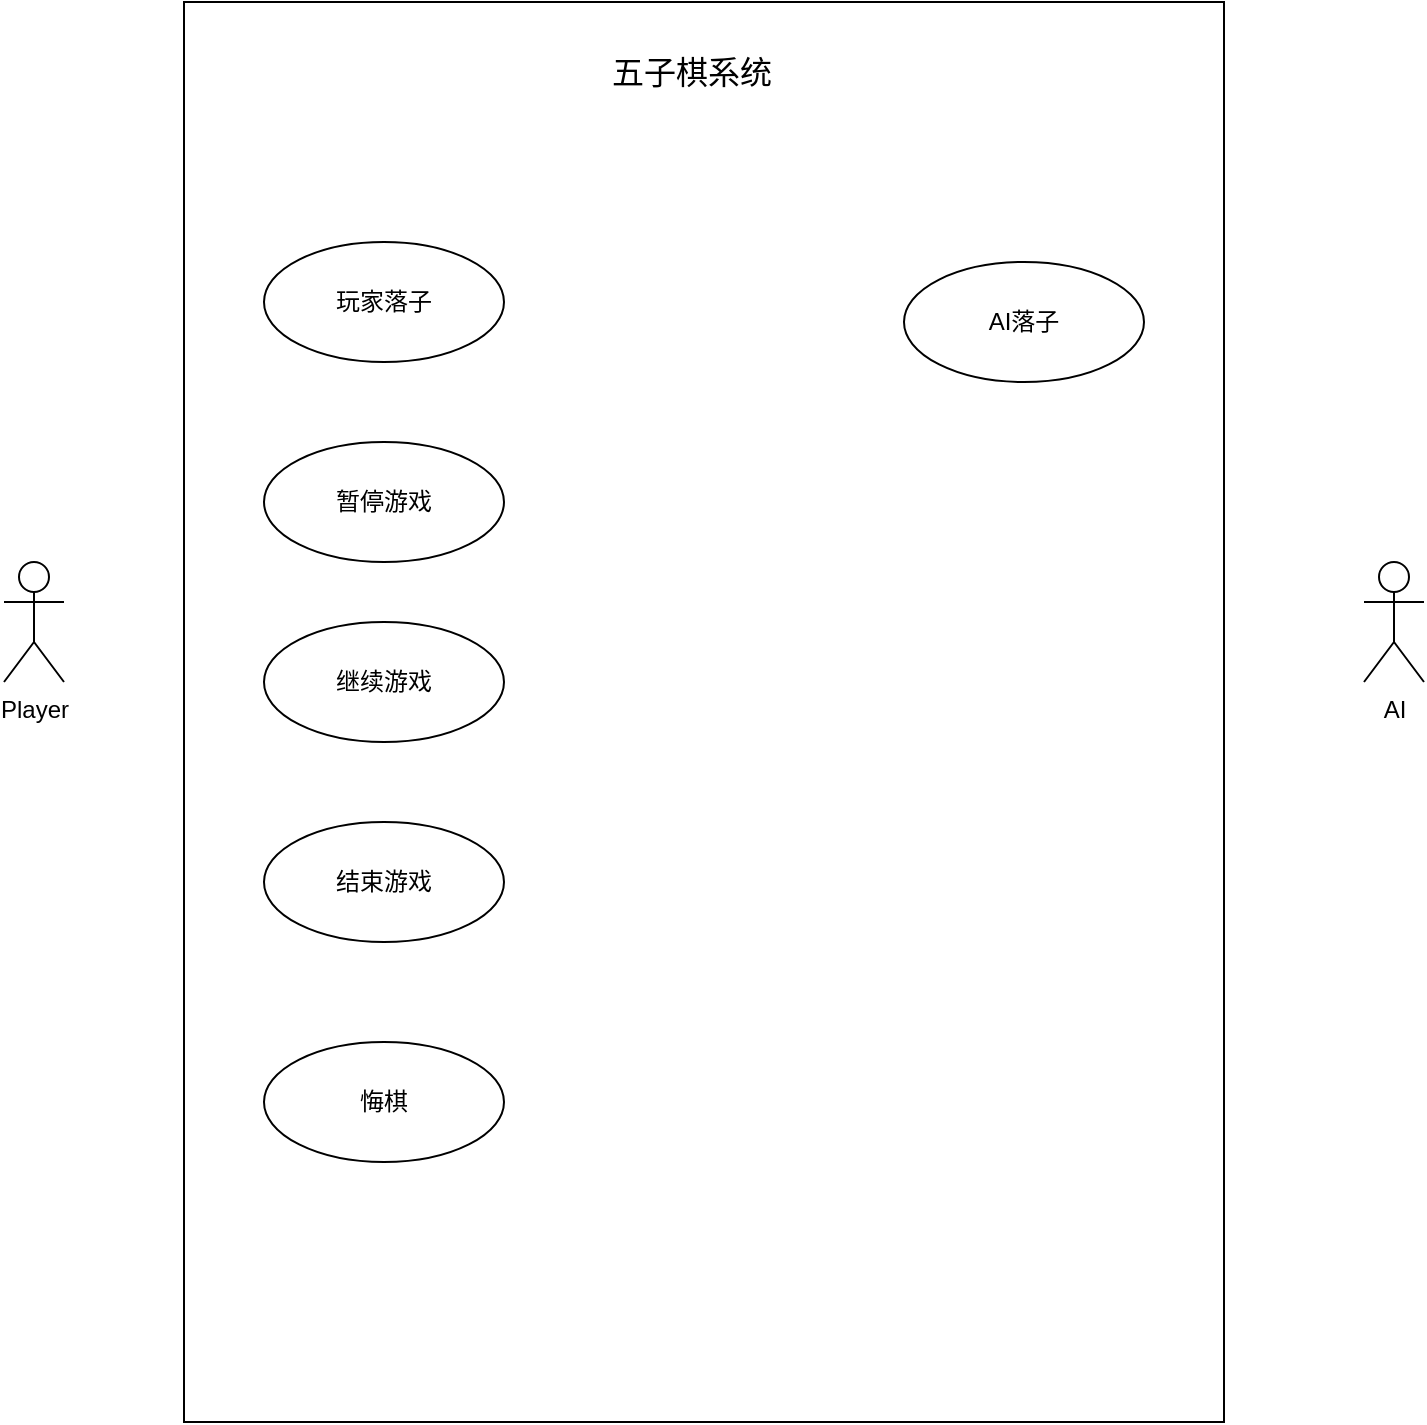
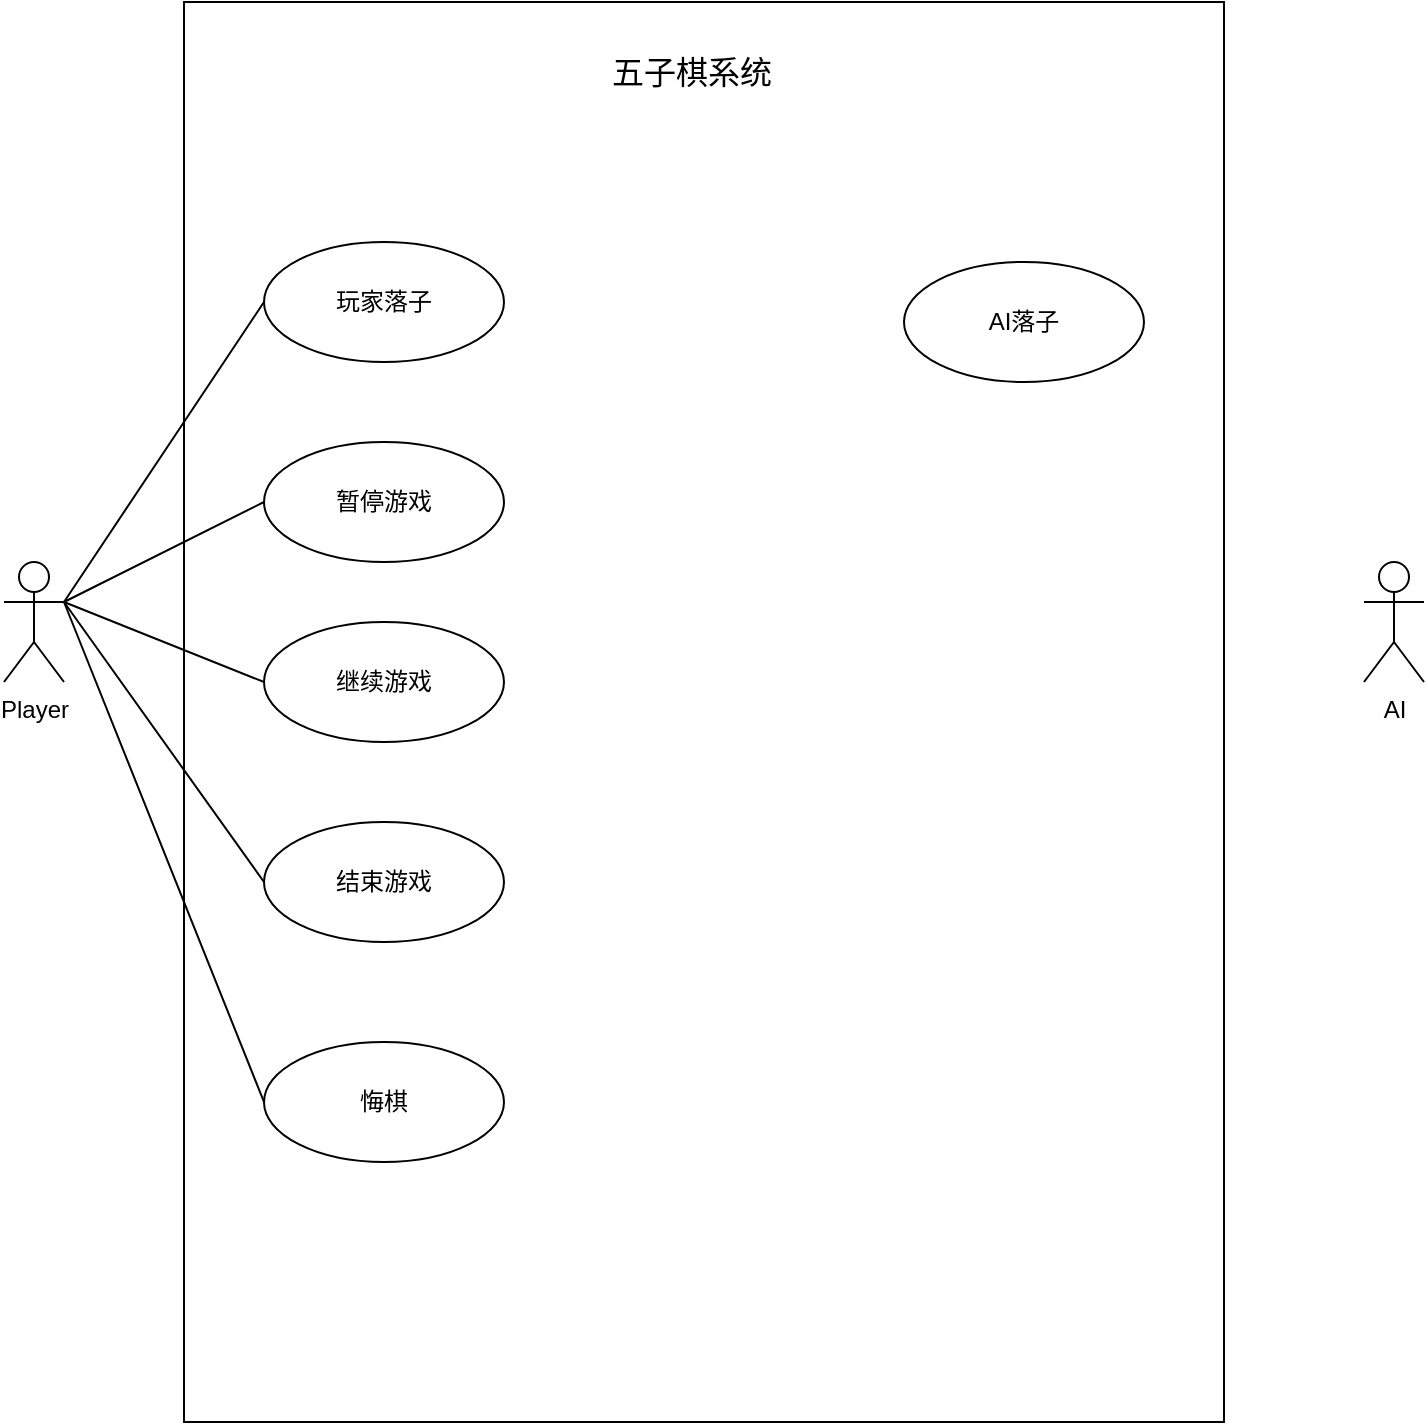
<mxfile host="app.diagrams.net">
  <diagram name="Page-1" id="mYUad11Odgced4m4luzt">
    <mxGraphModel dx="1201" dy="825" grid="1" gridSize="10" guides="1" tooltips="1" connect="1" arrows="1" fold="1" page="1" pageScale="1" pageWidth="827" pageHeight="1169" math="0" shadow="0">
      <root>
        <mxCell id="0" />
        <mxCell id="1" parent="0" />
        <mxCell id="FT644iExh8YyQrtBqDw--9" parent="1" style="shape=umlActor;verticalLabelPosition=bottom;verticalAlign=top;html=1;outlineConnect=0;" value="Player" vertex="1">
          <mxGeometry height="60" width="30" x="70" y="430" as="geometry" />
        </mxCell>
        <mxCell id="FT644iExh8YyQrtBqDw--10" parent="1" style="rounded=0;whiteSpace=wrap;html=1;" value="" vertex="1">
          <mxGeometry height="710" width="520" x="160" y="150" as="geometry" />
        </mxCell>
        <mxCell id="FT644iExh8YyQrtBqDw--8" parent="1" style="text;html=1;whiteSpace=wrap;strokeColor=none;fillColor=none;align=center;verticalAlign=middle;rounded=0;" value="&lt;font style=&quot;font-size: 16px;&quot;&gt;五子棋系统&lt;/font&gt;" vertex="1">
          <mxGeometry height="30" width="240" x="294" y="170" as="geometry" />
        </mxCell>
        <mxCell id="FT644iExh8YyQrtBqDw--14" parent="1" style="shape=umlActor;verticalLabelPosition=bottom;verticalAlign=top;html=1;outlineConnect=0;" value="AI&lt;div&gt;&lt;br&gt;&lt;/div&gt;" vertex="1">
          <mxGeometry height="60" width="30" x="750" y="430" as="geometry" />
        </mxCell>
        <mxCell id="FT644iExh8YyQrtBqDw--16" parent="1" style="ellipse;whiteSpace=wrap;html=1;" value="玩家落子" vertex="1">
          <mxGeometry height="60" width="120" x="200" y="270" as="geometry" />
        </mxCell>
        <mxCell id="FT644iExh8YyQrtBqDw--17" parent="1" style="ellipse;whiteSpace=wrap;html=1;" value="AI落子" vertex="1">
          <mxGeometry height="60" width="120" x="520" y="280" as="geometry" />
        </mxCell>
        <mxCell id="FT644iExh8YyQrtBqDw--18" parent="1" style="ellipse;whiteSpace=wrap;html=1;" value="暂停游戏" vertex="1">
          <mxGeometry height="60" width="120" x="200" y="370" as="geometry" />
        </mxCell>
        <mxCell id="FT644iExh8YyQrtBqDw--19" parent="1" style="ellipse;whiteSpace=wrap;html=1;" value="继续游戏" vertex="1">
          <mxGeometry height="60" width="120" x="200" y="460" as="geometry" />
        </mxCell>
        <mxCell id="FT644iExh8YyQrtBqDw--20" parent="1" style="ellipse;whiteSpace=wrap;html=1;" value="结束游戏" vertex="1">
          <mxGeometry height="60" width="120" x="200" y="560" as="geometry" />
        </mxCell>
        <mxCell id="FT644iExh8YyQrtBqDw--21" parent="1" style="ellipse;whiteSpace=wrap;html=1;" value="悔棋" vertex="1">
          <mxGeometry height="60" width="120" x="200" y="670" as="geometry" />
        </mxCell>
+         <mxCell id="fBbN4jeV9DzmqmJLsIvL-1" edge="1" parent="1" source="FT644iExh8YyQrtBqDw--9" style="rounded=0;orthogonalLoop=1;jettySize=auto;html=1;exitX=1;exitY=0.3333333333333333;exitDx=0;exitDy=0;exitPerimeter=0;entryX=0;entryY=0.5;entryDx=0;entryDy=0;endArrow=none;endFill=0;" target="FT644iExh8YyQrtBqDw--16">
+           <mxGeometry relative="1" as="geometry" />
+         </mxCell>
+         <mxCell id="fBbN4jeV9DzmqmJLsIvL-2" edge="1" parent="1" source="FT644iExh8YyQrtBqDw--9" style="rounded=0;orthogonalLoop=1;jettySize=auto;html=1;exitX=1;exitY=0.3333333333333333;exitDx=0;exitDy=0;exitPerimeter=0;entryX=0;entryY=0.5;entryDx=0;entryDy=0;endArrow=none;endFill=0;" target="FT644iExh8YyQrtBqDw--18">
+           <mxGeometry relative="1" as="geometry" />
+         </mxCell>
+         <mxCell id="fBbN4jeV9DzmqmJLsIvL-3" edge="1" parent="1" source="FT644iExh8YyQrtBqDw--9" style="rounded=0;orthogonalLoop=1;jettySize=auto;html=1;exitX=1;exitY=0.3333333333333333;exitDx=0;exitDy=0;exitPerimeter=0;entryX=0;entryY=0.5;entryDx=0;entryDy=0;endArrow=none;endFill=0;" target="FT644iExh8YyQrtBqDw--19">
+           <mxGeometry relative="1" as="geometry" />
+         </mxCell>
+         <mxCell id="fBbN4jeV9DzmqmJLsIvL-4" edge="1" parent="1" source="FT644iExh8YyQrtBqDw--9" style="rounded=0;orthogonalLoop=1;jettySize=auto;html=1;exitX=1;exitY=0.3333333333333333;exitDx=0;exitDy=0;exitPerimeter=0;entryX=0;entryY=0.5;entryDx=0;entryDy=0;endArrow=none;endFill=0;" target="FT644iExh8YyQrtBqDw--20">
+           <mxGeometry relative="1" as="geometry" />
+         </mxCell>
+         <mxCell id="fBbN4jeV9DzmqmJLsIvL-5" edge="1" parent="1" source="FT644iExh8YyQrtBqDw--9" style="rounded=0;orthogonalLoop=1;jettySize=auto;html=1;exitX=1;exitY=0.3333333333333333;exitDx=0;exitDy=0;exitPerimeter=0;entryX=0;entryY=0.5;entryDx=0;entryDy=0;endArrow=none;endFill=0;" target="FT644iExh8YyQrtBqDw--21">
+           <mxGeometry relative="1" as="geometry" />
+         </mxCell>
      </root>
    </mxGraphModel>
  </diagram>
</mxfile>
